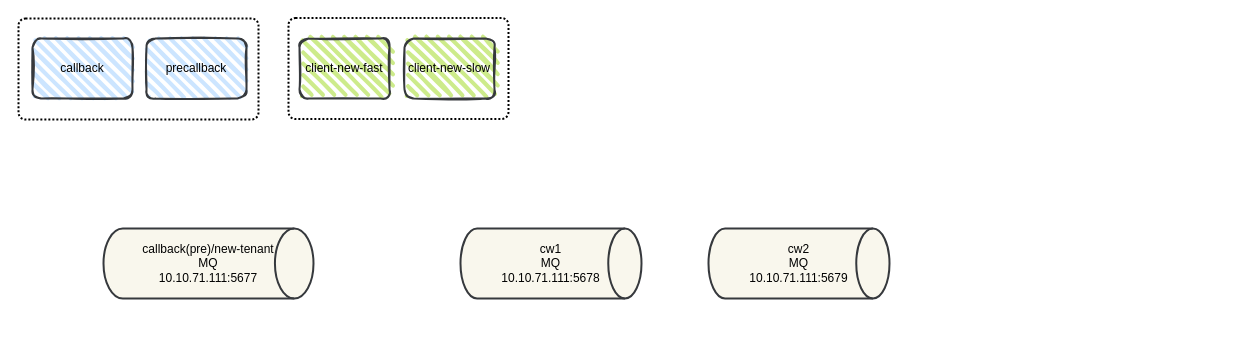
Earlier version of the draw.io diagram sql-agent.drawio (langxf/UML). Source tidied: cells renumbered, new cells numbered last; positions are measured from the earlier drawing's top-left corner, leaving out a move shared by most shapes. Both pictures are drawn from the tidied source at 100%, with x=0, y=0 at pixel (18, 17).
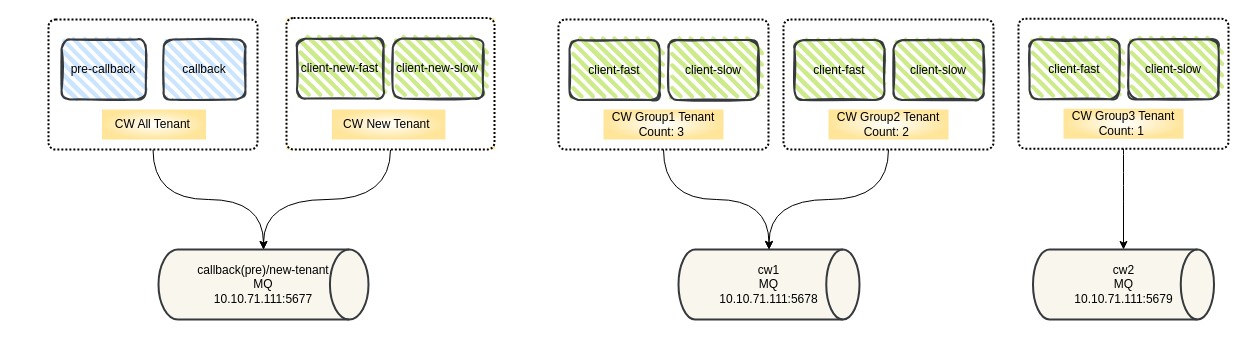
Above is the later version.

What changed in the source:
```diff
@@
     <mxCell id="2" value="callback(pre)/new-tenant&lt;br&gt;MQ&lt;br&gt;10.10.71.111:5677" style="strokeWidth=2;html=1;shape=mxgraph.flowchart.direct_data;whiteSpace=wrap;fillColor=#f9f7ed;strokeColor=#36393d;" parent="1" vertex="1">
-      <mxGeometry x="85" y="211" width="210" height="70" as="geometry" />
+      <mxGeometry x="140" y="232" width="210" height="70" as="geometry" />
     </mxCell>
     <mxCell id="3" value="cw1&lt;br&gt;MQ&lt;br&gt;10.10.71.111:5678" style="strokeWidth=2;html=1;shape=mxgraph.flowchart.direct_data;whiteSpace=wrap;fillColor=#f9f7ed;strokeColor=#36393d;" parent="1" vertex="1">
-      <mxGeometry x="442" y="211" width="181" height="70" as="geometry" />
+      <mxGeometry x="660" y="232" width="181" height="70" as="geometry" />
     </mxCell>
     <mxCell id="4" value="cw2&lt;br&gt;MQ&lt;br&gt;10.10.71.111:5679" style="strokeWidth=2;html=1;shape=mxgraph.flowchart.direct_data;whiteSpace=wrap;fillColor=#f9f7ed;strokeColor=#36393d;" parent="1" vertex="1">
-      <mxGeometry x="690" y="211" width="181" height="70" as="geometry" />
+      <mxGeometry x="1014.5" y="232" width="181" height="70" as="geometry" />
     </mxCell>
-    <mxCell id="5" style="group;" parent="1" vertex="1">
-      <mxGeometry y="1" width="240" height="101" as="geometry" />
-    </mxCell>
+    <mxCell id="13" style="edgeStyle=orthogonalEdgeStyle;curved=1;rounded=0;jettySize=auto;html=1;exitX=0.5;exitY=1;exitDx=0;exitDy=0;entryX=0.5;entryY=0;entryDx=0;entryDy=0;entryPerimeter=0;" parent="1" edge="1" source="6" target="2">
+      <mxGeometry relative="1" as="geometry" />
+    </mxCell>
+    <mxCell id="14" style="edgeStyle=orthogonalEdgeStyle;curved=1;rounded=0;jettySize=auto;html=1;exitX=0.5;exitY=1;exitDx=0;exitDy=0;entryX=0.5;entryY=0;entryDx=0;entryDy=0;entryPerimeter=0;" parent="1" edge="1" source="10" target="2">
+      <mxGeometry relative="1" as="geometry" />
+    </mxCell>
+    <mxCell id="15" style="group;" parent="1" vertex="1">
+      <mxGeometry x="31" y="2" width="209" height="130" as="geometry" />
+    </mxCell>
-    <mxCell id="6" style="rounded=1;whiteSpace=wrap;html=1;absoluteArcSize=1;arcSize=14;strokeWidth=2;shadow=0;dashed=1;dashPattern=1 1;gradientColor=none;" parent="5" vertex="1">
-      <mxGeometry width="240" height="101" as="geometry" />
+    <mxCell id="6" style="rounded=1;whiteSpace=wrap;html=1;absoluteArcSize=1;arcSize=14;strokeWidth=2;shadow=0;dashed=1;dashPattern=1 1;gradientColor=none;" parent="15" vertex="1">
+      <mxGeometry x="-1" width="209" height="130" as="geometry" />
     </mxCell>
-    <mxCell id="7" value="precallback" style="rounded=1;whiteSpace=wrap;html=1;strokeWidth=2;fillWeight=4;hachureGap=8;hachureAngle=45;fillColor=#cce5ff;sketch=1;strokeColor=#36393d;" parent="5" vertex="1">
-      <mxGeometry x="128" y="20" width="100" height="60" as="geometry" />
+    <mxCell id="7" value="callback" style="rounded=1;whiteSpace=wrap;html=1;strokeWidth=2;fillWeight=4;hachureGap=8;hachureAngle=45;fillColor=#cce5ff;sketch=1;strokeColor=#36393d;" parent="15" vertex="1">
+      <mxGeometry x="114.2" y="20" width="81.7" height="60" as="geometry" />
     </mxCell>
-    <mxCell id="8" value="callback" style="rounded=1;whiteSpace=wrap;html=1;strokeWidth=2;fillWeight=4;hachureGap=8;hachureAngle=45;fillColor=#cce5ff;sketch=1;strokeColor=#36393d;" parent="5" vertex="1">
-      <mxGeometry x="14" y="20" width="100" height="60" as="geometry" />
+    <mxCell id="8" value="pre-callback" style="rounded=1;whiteSpace=wrap;html=1;strokeWidth=2;fillWeight=4;hachureGap=8;hachureAngle=45;fillColor=#cce5ff;sketch=1;strokeColor=#36393d;" parent="15" vertex="1">
+      <mxGeometry x="12.1" y="20" width="84.3" height="60" as="geometry" />
     </mxCell>
-    <mxCell id="9" style="group;" parent="1" vertex="1">
-      <mxGeometry x="270" y="0.5" width="220" height="101" as="geometry" />
-    </mxCell>
+    <mxCell id="16" value="CW All Tenant&amp;nbsp;" style="text;html=1;strokeColor=none;fillColor=default;align=center;verticalAlign=middle;whiteSpace=wrap;rounded=0;shadow=0;dashed=1;dashPattern=1 1;gradientColor=#FFE599;gradientDirection=radial;" parent="15" vertex="1">
+      <mxGeometry x="52.5" y="90" width="104" height="30" as="geometry" />
+    </mxCell>
+    <mxCell id="17" style="group;fillColor=default;gradientColor=#FFE599;gradientDirection=radial;" parent="1" vertex="1">
+      <mxGeometry x="268" y="0.5" width="208" height="131.5" as="geometry" />
+    </mxCell>
-    <mxCell id="10" style="rounded=1;whiteSpace=wrap;html=1;absoluteArcSize=1;arcSize=14;strokeWidth=2;shadow=0;dashed=1;dashPattern=1 1;gradientColor=none;" parent="9" vertex="1">
-      <mxGeometry width="220" height="101" as="geometry" />
+    <mxCell id="10" style="rounded=1;whiteSpace=wrap;html=1;absoluteArcSize=1;arcSize=14;strokeWidth=2;shadow=0;dashed=1;dashPattern=1 1;gradientColor=none;" parent="17" vertex="1">
+      <mxGeometry width="208" height="131.5" as="geometry" />
     </mxCell>
-    <mxCell id="11" value="client-new-fast" style="rounded=1;whiteSpace=wrap;html=1;strokeWidth=2;fillWeight=4;hachureGap=8;hachureAngle=45;fillColor=#cdeb8b;sketch=1;strokeColor=#36393d;" parent="9" vertex="1">
-      <mxGeometry x="11" y="20.5" width="90" height="60" as="geometry" />
+    <mxCell id="11" value="client-new-fast" style="rounded=1;whiteSpace=wrap;html=1;strokeWidth=2;fillWeight=4;hachureGap=8;hachureAngle=45;fillColor=#cdeb8b;sketch=1;strokeColor=#36393d;" parent="17" vertex="1">
+      <mxGeometry x="10.4" y="20.5" width="86.7" height="60" as="geometry" />
     </mxCell>
-    <mxCell id="12" value="client-new-slow" style="rounded=1;whiteSpace=wrap;html=1;strokeWidth=2;fillWeight=4;hachureGap=8;hachureAngle=45;fillColor=#cdeb8b;sketch=1;strokeColor=#36393d;" parent="9" vertex="1">
-      <mxGeometry x="116" y="20.5" width="90" height="60" as="geometry" />
+    <mxCell id="12" value="client-new-slow" style="rounded=1;whiteSpace=wrap;html=1;strokeWidth=2;fillWeight=4;hachureGap=8;hachureAngle=45;fillColor=#cdeb8b;sketch=1;strokeColor=#36393d;" parent="17" vertex="1">
+      <mxGeometry x="106.3" y="20.5" width="90.4" height="60" as="geometry" />
     </mxCell>
+    <mxCell id="18" value="CW New Tenant&amp;nbsp;" style="text;html=1;strokeColor=none;fillColor=default;align=center;verticalAlign=middle;whiteSpace=wrap;rounded=0;shadow=0;dashed=1;dashPattern=1 1;gradientColor=#FFE599;gradientDirection=radial;" parent="17" vertex="1">
+      <mxGeometry x="45.4" y="91.5" width="113.5" height="30" as="geometry" />
+    </mxCell>
+    <mxCell id="19" style="group;" parent="1" vertex="1">
+      <mxGeometry x="540" y="2" width="210" height="130" as="geometry" />
+    </mxCell>
+    <mxCell id="20" style="rounded=1;whiteSpace=wrap;html=1;absoluteArcSize=1;arcSize=14;strokeWidth=2;shadow=0;dashed=1;dashPattern=1 1;gradientColor=none;" parent="19" vertex="1">
+      <mxGeometry width="210" height="130" as="geometry" />
+    </mxCell>
+    <mxCell id="21" value="client-fast" style="rounded=1;whiteSpace=wrap;html=1;strokeWidth=2;fillWeight=4;hachureGap=8;hachureAngle=45;fillColor=#cdeb8b;sketch=1;strokeColor=#36393d;" parent="19" vertex="1">
+      <mxGeometry x="11" y="20.5" width="90" height="60" as="geometry" />
+    </mxCell>
+    <mxCell id="22" value="client-slow" style="rounded=1;whiteSpace=wrap;html=1;strokeWidth=2;fillWeight=4;hachureGap=8;hachureAngle=45;fillColor=#cdeb8b;sketch=1;strokeColor=#36393d;" parent="19" vertex="1">
+      <mxGeometry x="110" y="20.5" width="90" height="60" as="geometry" />
+    </mxCell>
+    <mxCell id="23" value="CW Group1 Tenant&lt;br&gt;Count: 3&amp;nbsp;" style="text;html=1;strokeColor=none;fillColor=default;align=center;verticalAlign=middle;whiteSpace=wrap;rounded=0;shadow=0;dashed=1;dashPattern=1 1;gradientColor=#FFE599;gradientDirection=radial;" parent="19" vertex="1">
+      <mxGeometry x="45" y="90" width="120" height="30" as="geometry" />
+    </mxCell>
+    <mxCell id="24" style="group;" parent="1" vertex="1">
+      <mxGeometry x="765" y="2" width="210" height="130" as="geometry" />
+    </mxCell>
+    <mxCell id="25" style="rounded=1;whiteSpace=wrap;html=1;absoluteArcSize=1;arcSize=14;strokeWidth=2;shadow=0;dashed=1;dashPattern=1 1;gradientColor=none;" parent="24" vertex="1">
+      <mxGeometry width="210" height="130" as="geometry" />
+    </mxCell>
+    <mxCell id="26" value="client-fast" style="rounded=1;whiteSpace=wrap;html=1;strokeWidth=2;fillWeight=4;hachureGap=8;hachureAngle=45;fillColor=#cdeb8b;sketch=1;strokeColor=#36393d;" parent="24" vertex="1">
+      <mxGeometry x="11" y="20.5" width="90" height="60" as="geometry" />
+    </mxCell>
+    <mxCell id="27" value="client-slow" style="rounded=1;whiteSpace=wrap;html=1;strokeWidth=2;fillWeight=4;hachureGap=8;hachureAngle=45;fillColor=#cdeb8b;sketch=1;strokeColor=#36393d;" parent="24" vertex="1">
+      <mxGeometry x="110" y="20.5" width="90" height="60" as="geometry" />
+    </mxCell>
+    <mxCell id="28" value="CW Group2 Tenant&lt;br&gt;Count: 2&amp;nbsp;" style="text;html=1;strokeColor=none;fillColor=default;align=center;verticalAlign=middle;whiteSpace=wrap;rounded=0;shadow=0;dashed=1;dashPattern=1 1;gradientColor=#FFE599;gradientDirection=radial;" parent="24" vertex="1">
+      <mxGeometry x="45" y="90" width="120" height="30" as="geometry" />
+    </mxCell>
+    <mxCell id="29" style="group;" parent="1" vertex="1">
+      <mxGeometry x="1000" y="1.2" width="210" height="130" as="geometry" />
+    </mxCell>
+    <mxCell id="30" style="rounded=1;whiteSpace=wrap;html=1;absoluteArcSize=1;arcSize=14;strokeWidth=2;shadow=0;dashed=1;dashPattern=1 1;gradientColor=none;" parent="29" vertex="1">
+      <mxGeometry width="210" height="130" as="geometry" />
+    </mxCell>
+    <mxCell id="31" value="client-fast" style="rounded=1;whiteSpace=wrap;html=1;strokeWidth=2;fillWeight=4;hachureGap=8;hachureAngle=45;fillColor=#cdeb8b;sketch=1;strokeColor=#36393d;" parent="29" vertex="1">
+      <mxGeometry x="11" y="20.5" width="90" height="60" as="geometry" />
+    </mxCell>
+    <mxCell id="32" value="client-slow" style="rounded=1;whiteSpace=wrap;html=1;strokeWidth=2;fillWeight=4;hachureGap=8;hachureAngle=45;fillColor=#cdeb8b;sketch=1;strokeColor=#36393d;" parent="29" vertex="1">
+      <mxGeometry x="110" y="20.5" width="90" height="60" as="geometry" />
+    </mxCell>
+    <mxCell id="33" value="CW Group3 Tenant&lt;br&gt;Count: 1&amp;nbsp;" style="text;html=1;strokeColor=none;fillColor=default;align=center;verticalAlign=middle;whiteSpace=wrap;rounded=0;shadow=0;dashed=1;dashPattern=1 1;gradientColor=#FFE599;gradientDirection=radial;" parent="29" vertex="1">
+      <mxGeometry x="45" y="90" width="120" height="30" as="geometry" />
+    </mxCell>
+    <mxCell id="34" style="edgeStyle=orthogonalEdgeStyle;curved=1;rounded=0;jettySize=auto;html=1;exitX=0.5;exitY=1;exitDx=0;exitDy=0;entryX=0.5;entryY=0;entryDx=0;entryDy=0;entryPerimeter=0;" parent="1" edge="1" source="20" target="3">
+      <mxGeometry relative="1" as="geometry" />
+    </mxCell>
+    <mxCell id="35" style="edgeStyle=orthogonalEdgeStyle;curved=1;rounded=0;jettySize=auto;html=1;exitX=0.5;exitY=1;exitDx=0;exitDy=0;entryX=0.5;entryY=0;entryDx=0;entryDy=0;entryPerimeter=0;" parent="1" edge="1" source="25" target="3">
+      <mxGeometry relative="1" as="geometry" />
+    </mxCell>
+    <mxCell id="36" style="edgeStyle=orthogonalEdgeStyle;curved=1;rounded=0;jettySize=auto;html=1;exitX=0.5;exitY=1;exitDx=0;exitDy=0;entryX=0.5;entryY=0;entryDx=0;entryDy=0;entryPerimeter=0;" parent="1" edge="1" source="30" target="4">
+      <mxGeometry relative="1" as="geometry" />
+    </mxCell>
```
